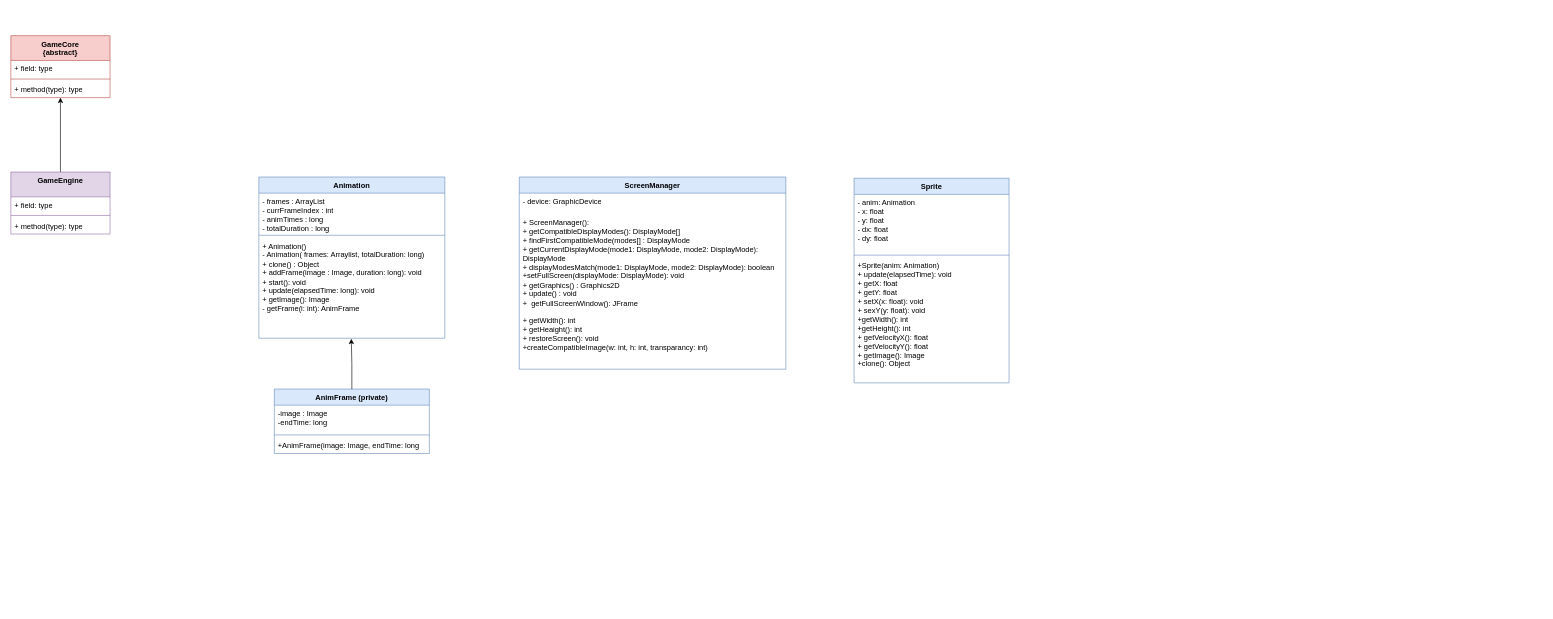
fritjofbakken/Super-Mario-Java-2D-Game keeps this draw.io diagram as 2D SMURFIO GAME UML.drawio. Above is the earlier version. Source tidied: cells renumbered, new cells numbered last; positions are measured from the earlier drawing's top-left corner, leaving out a move shared by most shapes. Both pictures are drawn from the tidied source at 62%, with x=0, y=0 at pixel (11, 35).
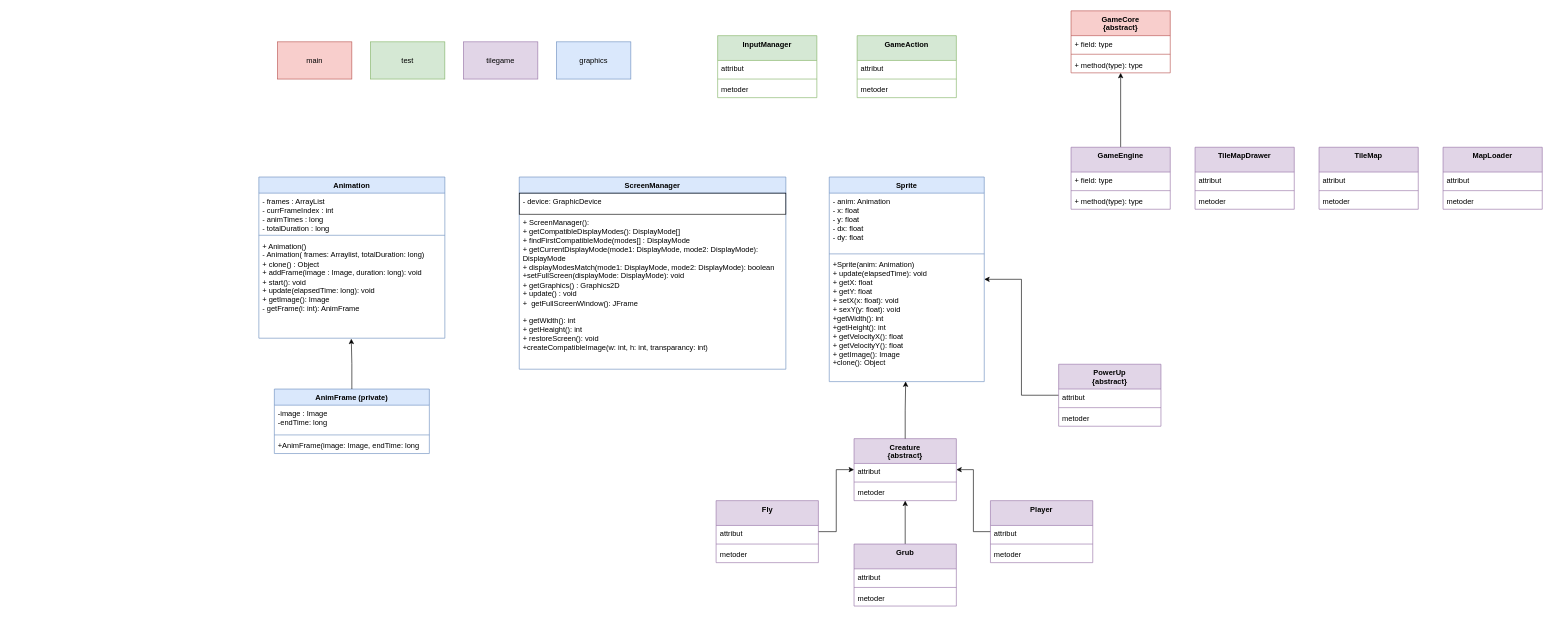
The same page after the edit.

The change refers to these unchanged cells:
```xml
<mxCell id="20" value="ScreenManager" style="swimlane;fontStyle=1;align=center;verticalAlign=top;horizontal=1;startSize=26;whiteSpace=wrap;html=1;fillColor=#dae8fc;strokeColor=#6c8ebf;" parent="1" vertex="1">
  <mxGeometry x="820" y="228" width="430" height="310" as="geometry" />
</mxCell>
<mxCell id="26" value="&lt;div&gt;+Sprite(anim: Animation)&lt;/div&gt;&lt;div&gt;+ update(elapsedTime): void&lt;/div&gt;&lt;div&gt;+ getX: float&lt;/div&gt;&lt;div&gt;+ getY: float&lt;/div&gt;&lt;div&gt;+ setX(x: float): void&lt;/div&gt;&lt;div&gt;+ sexY(y: float): void&lt;/div&gt;&lt;div&gt;+getWidth(): int&lt;/div&gt;&lt;div&gt;+getHeight(): int&lt;/div&gt;&lt;div&gt;+ getVelocityX(): float&lt;/div&gt;&lt;div&gt;+ getVelocityY(): float&lt;/div&gt;&lt;div&gt;+ getImage(): Image&lt;/div&gt;&lt;div&gt;+clone(): Object&lt;/div&gt;&lt;div&gt;&lt;br&gt;&lt;/div&gt;" style="text;strokeColor=none;fillColor=none;align=left;verticalAlign=top;spacingLeft=4;spacingRight=4;overflow=hidden;points=[[0,0.5],[1,0.5]];portConstraint=eastwest;whiteSpace=wrap;html=1;" parent="23" vertex="1">
  <mxGeometry y="128" width="250" height="202" as="geometry" />
</mxCell>
```

Diff of the diagram source:
```diff
@@
     <mxCell id="3" value="GameEngine" style="swimlane;fontStyle=1;align=center;verticalAlign=top;horizontal=1;startSize=40;whiteSpace=wrap;html=1;fillColor=#e1d5e7;strokeColor=#9673a6;" parent="1" vertex="1">
-      <mxGeometry y="220" width="160" height="100" as="geometry" />
+      <mxGeometry x="1710" y="180" width="160" height="100" as="geometry" />
     </mxCell>
@@
     <mxCell id="7" value="&lt;div&gt;GameCore&lt;/div&gt;&lt;div&gt;{abstract}&lt;br&gt;&lt;/div&gt;" style="swimlane;fontStyle=1;align=center;verticalAlign=top;horizontal=1;startSize=40;whiteSpace=wrap;html=1;fillColor=#f8cecc;strokeColor=#b85450;" parent="1" vertex="1">
-      <mxGeometry width="160" height="100" as="geometry" />
+      <mxGeometry x="1710" y="-40" width="160" height="100" as="geometry" />
     </mxCell>
@@
-    <mxCell id="21" value="- device: GraphicDevice" style="text;strokeColor=none;fillColor=none;align=left;verticalAlign=top;spacingLeft=4;spacingRight=4;overflow=hidden;whiteSpace=wrap;html=1;" parent="20" vertex="1">
+    <mxCell id="21" value="- device: GraphicDevice" style="text;strokeColor=default;fillColor=none;align=left;verticalAlign=top;spacingLeft=4;spacingRight=4;overflow=hidden;whiteSpace=wrap;html=1;" parent="20" vertex="1">
       <mxGeometry y="26" width="430" height="34" as="geometry" />
     </mxCell>
@@
     <mxCell id="23" value="Sprite" style="swimlane;fontStyle=1;align=center;verticalAlign=top;horizontal=1;startSize=26;whiteSpace=wrap;html=1;fillColor=#dae8fc;strokeColor=#6c8ebf;" parent="1" vertex="1">
-      <mxGeometry x="1360" y="230" width="250" height="330" as="geometry" />
+      <mxGeometry x="1320" y="228" width="250" height="330" as="geometry" />
     </mxCell>
@@
+    <mxCell id="27" value="MapLoader" style="swimlane;fontStyle=1;align=center;verticalAlign=top;horizontal=1;startSize=40;whiteSpace=wrap;html=1;fillColor=#e1d5e7;strokeColor=#9673a6;" parent="1" vertex="1">
+      <mxGeometry x="2310" y="180" width="160" height="100" as="geometry" />
+    </mxCell>
+    <mxCell id="28" value="attribut" style="text;strokeColor=none;fillColor=none;align=left;verticalAlign=top;spacingLeft=4;spacingRight=4;overflow=hidden;whiteSpace=wrap;html=1;" parent="27" vertex="1">
+      <mxGeometry y="40" width="160" height="26" as="geometry" />
+    </mxCell>
+    <mxCell id="29" style="line;strokeWidth=1;fillColor=none;align=left;verticalAlign=middle;spacingTop=-1;spacingLeft=3;spacingRight=3;labelPosition=right;strokeColor=inherit;" parent="27" vertex="1">
+      <mxGeometry y="66" width="160" height="8" as="geometry" />
+    </mxCell>
+    <mxCell id="30" value="metoder" style="text;strokeColor=none;fillColor=none;align=left;verticalAlign=top;spacingLeft=4;spacingRight=4;overflow=hidden;whiteSpace=wrap;html=1;" parent="27" vertex="1">
+      <mxGeometry y="74" width="160" height="26" as="geometry" />
+    </mxCell>
+    <mxCell id="31" value="TileMap" style="swimlane;fontStyle=1;align=center;verticalAlign=top;horizontal=1;startSize=40;whiteSpace=wrap;html=1;fillColor=#e1d5e7;strokeColor=#9673a6;" parent="1" vertex="1">
+      <mxGeometry x="2110" y="180" width="160" height="100" as="geometry" />
+    </mxCell>
+    <mxCell id="32" value="attribut" style="text;strokeColor=none;fillColor=none;align=left;verticalAlign=top;spacingLeft=4;spacingRight=4;overflow=hidden;whiteSpace=wrap;html=1;" parent="31" vertex="1">
+      <mxGeometry y="40" width="160" height="26" as="geometry" />
+    </mxCell>
+    <mxCell id="33" style="line;strokeWidth=1;fillColor=none;align=left;verticalAlign=middle;spacingTop=-1;spacingLeft=3;spacingRight=3;labelPosition=right;strokeColor=inherit;" parent="31" vertex="1">
+      <mxGeometry y="66" width="160" height="8" as="geometry" />
+    </mxCell>
+    <mxCell id="34" value="metoder" style="text;strokeColor=none;fillColor=none;align=left;verticalAlign=top;spacingLeft=4;spacingRight=4;overflow=hidden;whiteSpace=wrap;html=1;" parent="31" vertex="1">
+      <mxGeometry y="74" width="160" height="26" as="geometry" />
+    </mxCell>
+    <mxCell id="35" value="TileMapDrawer" style="swimlane;fontStyle=1;align=center;verticalAlign=top;horizontal=1;startSize=40;whiteSpace=wrap;html=1;fillColor=#e1d5e7;strokeColor=#9673a6;" parent="1" vertex="1">
+      <mxGeometry x="1910" y="180" width="160" height="100" as="geometry" />
+    </mxCell>
+    <mxCell id="36" value="attribut" style="text;strokeColor=none;fillColor=none;align=left;verticalAlign=top;spacingLeft=4;spacingRight=4;overflow=hidden;whiteSpace=wrap;html=1;" parent="35" vertex="1">
+      <mxGeometry y="40" width="160" height="26" as="geometry" />
+    </mxCell>
+    <mxCell id="37" style="line;strokeWidth=1;fillColor=none;align=left;verticalAlign=middle;spacingTop=-1;spacingLeft=3;spacingRight=3;labelPosition=right;strokeColor=inherit;" parent="35" vertex="1">
+      <mxGeometry y="66" width="160" height="8" as="geometry" />
+    </mxCell>
+    <mxCell id="38" value="metoder" style="text;strokeColor=none;fillColor=none;align=left;verticalAlign=top;spacingLeft=4;spacingRight=4;overflow=hidden;whiteSpace=wrap;html=1;" parent="35" vertex="1">
+      <mxGeometry y="74" width="160" height="26" as="geometry" />
+    </mxCell>
+    <mxCell id="39" value="&lt;div&gt;Creature&lt;/div&gt;&lt;div&gt;{abstract}&lt;br&gt;&lt;/div&gt;" style="swimlane;fontStyle=1;align=center;verticalAlign=top;horizontal=1;startSize=40;whiteSpace=wrap;html=1;fillColor=#e1d5e7;strokeColor=#9673a6;" parent="1" vertex="1">
+      <mxGeometry x="1360" y="650" width="165" height="100" as="geometry" />
+    </mxCell>
+    <mxCell id="40" value="attribut" style="text;strokeColor=none;fillColor=none;align=left;verticalAlign=top;spacingLeft=4;spacingRight=4;overflow=hidden;whiteSpace=wrap;html=1;" parent="39" vertex="1">
+      <mxGeometry y="40" width="165" height="26" as="geometry" />
+    </mxCell>
+    <mxCell id="41" style="line;strokeWidth=1;fillColor=none;align=left;verticalAlign=middle;spacingTop=-1;spacingLeft=3;spacingRight=3;labelPosition=right;strokeColor=inherit;" parent="39" vertex="1">
+      <mxGeometry y="66" width="165" height="8" as="geometry" />
+    </mxCell>
+    <mxCell id="42" value="metoder" style="text;strokeColor=none;fillColor=none;align=left;verticalAlign=top;spacingLeft=4;spacingRight=4;overflow=hidden;whiteSpace=wrap;html=1;" parent="39" vertex="1">
+      <mxGeometry y="74" width="165" height="26" as="geometry" />
+    </mxCell>
+    <mxCell id="43" style="edgeStyle=orthogonalEdgeStyle;rounded=0;jettySize=auto;html=1;entryX=0.493;entryY=0.999;entryDx=0;entryDy=0;entryPerimeter=0;" parent="1" edge="1" source="39" target="26">
+      <mxGeometry relative="1" as="geometry" />
+    </mxCell>
+    <mxCell id="44" style="edgeStyle=orthogonalEdgeStyle;rounded=0;jettySize=auto;html=1;" parent="1" edge="1" source="45" target="39">
+      <mxGeometry relative="1" as="geometry" />
+    </mxCell>
+    <mxCell id="45" value="Fly" style="swimlane;fontStyle=1;align=center;verticalAlign=top;horizontal=1;startSize=40;whiteSpace=wrap;html=1;fillColor=#e1d5e7;strokeColor=#9673a6;" parent="1" vertex="1">
+      <mxGeometry x="1137.5" y="750" width="165" height="100" as="geometry" />
+    </mxCell>
+    <mxCell id="46" value="attribut" style="text;strokeColor=none;fillColor=none;align=left;verticalAlign=top;spacingLeft=4;spacingRight=4;overflow=hidden;whiteSpace=wrap;html=1;" parent="45" vertex="1">
+      <mxGeometry y="40" width="165" height="26" as="geometry" />
+    </mxCell>
+    <mxCell id="47" style="line;strokeWidth=1;fillColor=none;align=left;verticalAlign=middle;spacingTop=-1;spacingLeft=3;spacingRight=3;labelPosition=right;strokeColor=inherit;" parent="45" vertex="1">
+      <mxGeometry y="66" width="165" height="8" as="geometry" />
+    </mxCell>
+    <mxCell id="48" value="metoder" style="text;strokeColor=none;fillColor=none;align=left;verticalAlign=top;spacingLeft=4;spacingRight=4;overflow=hidden;whiteSpace=wrap;html=1;" parent="45" vertex="1">
+      <mxGeometry y="74" width="165" height="26" as="geometry" />
+    </mxCell>
+    <mxCell id="49" style="edgeStyle=orthogonalEdgeStyle;rounded=0;jettySize=auto;html=1;" parent="1" edge="1" source="50" target="39">
+      <mxGeometry relative="1" as="geometry" />
+    </mxCell>
+    <mxCell id="50" value="Grub" style="swimlane;fontStyle=1;align=center;verticalAlign=top;horizontal=1;startSize=40;whiteSpace=wrap;html=1;fillColor=#e1d5e7;strokeColor=#9673a6;" parent="1" vertex="1">
+      <mxGeometry x="1360" y="820" width="165" height="100" as="geometry" />
+    </mxCell>
+    <mxCell id="51" value="attribut" style="text;strokeColor=none;fillColor=none;align=left;verticalAlign=top;spacingLeft=4;spacingRight=4;overflow=hidden;whiteSpace=wrap;html=1;" parent="50" vertex="1">
+      <mxGeometry y="40" width="165" height="26" as="geometry" />
+    </mxCell>
+    <mxCell id="52" style="line;strokeWidth=1;fillColor=none;align=left;verticalAlign=middle;spacingTop=-1;spacingLeft=3;spacingRight=3;labelPosition=right;strokeColor=inherit;" parent="50" vertex="1">
+      <mxGeometry y="66" width="165" height="8" as="geometry" />
+    </mxCell>
+    <mxCell id="53" value="metoder" style="text;strokeColor=none;fillColor=none;align=left;verticalAlign=top;spacingLeft=4;spacingRight=4;overflow=hidden;whiteSpace=wrap;html=1;" parent="50" vertex="1">
+      <mxGeometry y="74" width="165" height="26" as="geometry" />
+    </mxCell>
+    <mxCell id="54" style="edgeStyle=orthogonalEdgeStyle;rounded=0;jettySize=auto;html=1;" parent="1" edge="1" source="55" target="39">
+      <mxGeometry relative="1" as="geometry" />
+    </mxCell>
+    <mxCell id="55" value="Player" style="swimlane;fontStyle=1;align=center;verticalAlign=top;horizontal=1;startSize=40;whiteSpace=wrap;html=1;fillColor=#e1d5e7;strokeColor=#9673a6;" parent="1" vertex="1">
+      <mxGeometry x="1580" y="750" width="165" height="100" as="geometry" />
+    </mxCell>
+    <mxCell id="56" value="attribut" style="text;strokeColor=none;fillColor=none;align=left;verticalAlign=top;spacingLeft=4;spacingRight=4;overflow=hidden;whiteSpace=wrap;html=1;" parent="55" vertex="1">
+      <mxGeometry y="40" width="165" height="26" as="geometry" />
+    </mxCell>
+    <mxCell id="57" style="line;strokeWidth=1;fillColor=none;align=left;verticalAlign=middle;spacingTop=-1;spacingLeft=3;spacingRight=3;labelPosition=right;strokeColor=inherit;" parent="55" vertex="1">
+      <mxGeometry y="66" width="165" height="8" as="geometry" />
+    </mxCell>
+    <mxCell id="58" value="metoder" style="text;strokeColor=none;fillColor=none;align=left;verticalAlign=top;spacingLeft=4;spacingRight=4;overflow=hidden;whiteSpace=wrap;html=1;" parent="55" vertex="1">
+      <mxGeometry y="74" width="165" height="26" as="geometry" />
+    </mxCell>
+    <mxCell id="59" style="edgeStyle=orthogonalEdgeStyle;rounded=0;jettySize=auto;html=1;" parent="1" edge="1" source="60" target="23">
+      <mxGeometry relative="1" as="geometry" />
+    </mxCell>
+    <mxCell id="60" value="&lt;div&gt;PowerUp &lt;br&gt;&lt;/div&gt;&lt;div&gt;{abstract}&lt;br&gt;&lt;/div&gt;" style="swimlane;fontStyle=1;align=center;verticalAlign=top;horizontal=1;startSize=40;whiteSpace=wrap;html=1;fillColor=#e1d5e7;strokeColor=#9673a6;" parent="1" vertex="1">
+      <mxGeometry x="1690" y="530" width="165" height="100" as="geometry" />
+    </mxCell>
+    <mxCell id="61" value="attribut" style="text;strokeColor=none;fillColor=none;align=left;verticalAlign=top;spacingLeft=4;spacingRight=4;overflow=hidden;whiteSpace=wrap;html=1;" parent="60" vertex="1">
+      <mxGeometry y="40" width="165" height="26" as="geometry" />
+    </mxCell>
+    <mxCell id="62" style="line;strokeWidth=1;fillColor=none;align=left;verticalAlign=middle;spacingTop=-1;spacingLeft=3;spacingRight=3;labelPosition=right;strokeColor=inherit;" parent="60" vertex="1">
+      <mxGeometry y="66" width="165" height="8" as="geometry" />
+    </mxCell>
+    <mxCell id="63" value="metoder" style="text;strokeColor=none;fillColor=none;align=left;verticalAlign=top;spacingLeft=4;spacingRight=4;overflow=hidden;whiteSpace=wrap;html=1;" parent="60" vertex="1">
+      <mxGeometry y="74" width="165" height="26" as="geometry" />
+    </mxCell>
+    <mxCell id="64" value="&lt;div&gt;InputManager&lt;/div&gt;&lt;div&gt;&lt;br&gt;&lt;/div&gt;" style="swimlane;fontStyle=1;align=center;verticalAlign=top;horizontal=1;startSize=40;whiteSpace=wrap;html=1;fillColor=#d5e8d4;strokeColor=#82b366;" parent="1" vertex="1">
+      <mxGeometry x="1140" width="160" height="100" as="geometry" />
+    </mxCell>
+    <mxCell id="65" value="attribut" style="text;strokeColor=none;fillColor=none;align=left;verticalAlign=top;spacingLeft=4;spacingRight=4;overflow=hidden;whiteSpace=wrap;html=1;" parent="64" vertex="1">
+      <mxGeometry y="40" width="160" height="26" as="geometry" />
+    </mxCell>
+    <mxCell id="66" style="line;strokeWidth=1;fillColor=none;align=left;verticalAlign=middle;spacingTop=-1;spacingLeft=3;spacingRight=3;labelPosition=right;strokeColor=inherit;" parent="64" vertex="1">
+      <mxGeometry y="66" width="160" height="8" as="geometry" />
+    </mxCell>
+    <mxCell id="67" value="metoder" style="text;strokeColor=none;fillColor=none;align=left;verticalAlign=top;spacingLeft=4;spacingRight=4;overflow=hidden;whiteSpace=wrap;html=1;" parent="64" vertex="1">
+      <mxGeometry y="74" width="160" height="26" as="geometry" />
+    </mxCell>
+    <mxCell id="68" value="&lt;div&gt;GameAction&lt;/div&gt;&lt;div&gt;&lt;br&gt;&lt;/div&gt;" style="swimlane;fontStyle=1;align=center;verticalAlign=top;horizontal=1;startSize=40;whiteSpace=wrap;html=1;fillColor=#d5e8d4;strokeColor=#82b366;" parent="1" vertex="1">
+      <mxGeometry x="1365" width="160" height="100" as="geometry" />
+    </mxCell>
+    <mxCell id="69" value="attribut" style="text;strokeColor=none;fillColor=none;align=left;verticalAlign=top;spacingLeft=4;spacingRight=4;overflow=hidden;whiteSpace=wrap;html=1;" parent="68" vertex="1">
+      <mxGeometry y="40" width="160" height="26" as="geometry" />
+    </mxCell>
+    <mxCell id="70" style="line;strokeWidth=1;fillColor=none;align=left;verticalAlign=middle;spacingTop=-1;spacingLeft=3;spacingRight=3;labelPosition=right;strokeColor=inherit;" parent="68" vertex="1">
+      <mxGeometry y="66" width="160" height="8" as="geometry" />
+    </mxCell>
+    <mxCell id="71" value="metoder" style="text;strokeColor=none;fillColor=none;align=left;verticalAlign=top;spacingLeft=4;spacingRight=4;overflow=hidden;whiteSpace=wrap;html=1;" parent="68" vertex="1">
+      <mxGeometry y="74" width="160" height="26" as="geometry" />
+    </mxCell>
+    <mxCell id="72" value="test" style="rounded=0;whiteSpace=wrap;html=1;fillColor=#d5e8d4;strokeColor=#82b366;" parent="1" vertex="1">
+      <mxGeometry x="580" y="10" width="120" height="60" as="geometry" />
+    </mxCell>
+    <mxCell id="73" value="tilegame" style="rounded=0;whiteSpace=wrap;html=1;fillColor=#e1d5e7;strokeColor=#9673a6;" parent="1" vertex="1">
+      <mxGeometry x="730" y="10" width="120" height="60" as="geometry" />
+    </mxCell>
+    <mxCell id="74" value="graphics" style="rounded=0;whiteSpace=wrap;html=1;fillColor=#dae8fc;strokeColor=#6c8ebf;" parent="1" vertex="1">
+      <mxGeometry x="880" y="10" width="120" height="60" as="geometry" />
+    </mxCell>
+    <mxCell id="75" value="main" style="rounded=0;whiteSpace=wrap;html=1;fillColor=#f8cecc;strokeColor=#b85450;" parent="1" vertex="1">
+      <mxGeometry x="430" y="10" width="120" height="60" as="geometry" />
+    </mxCell>
```
